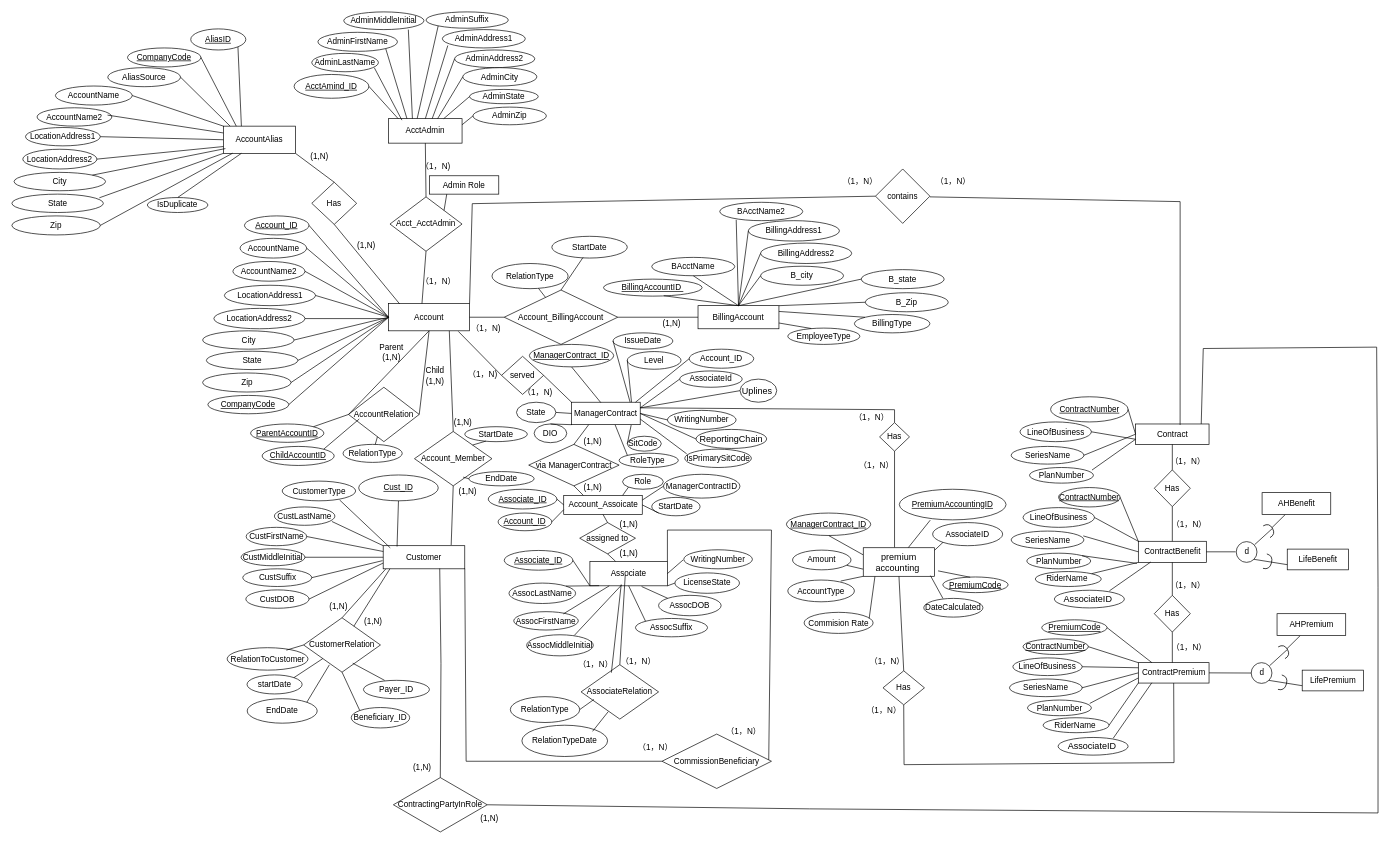
Before: page "Page-1" (1 of 2) of dsm-project-p1.drawio in HanquanL/c_practices, a draw.io diagram. Source tidied: cells renumbered, new cells numbered last; positions are measured from the earlier drawing's top-left corner, leaving out a move shared by most shapes. Both pictures are drawn from the tidied source at 68%, with x=0, y=0 at pixel (12, 12).
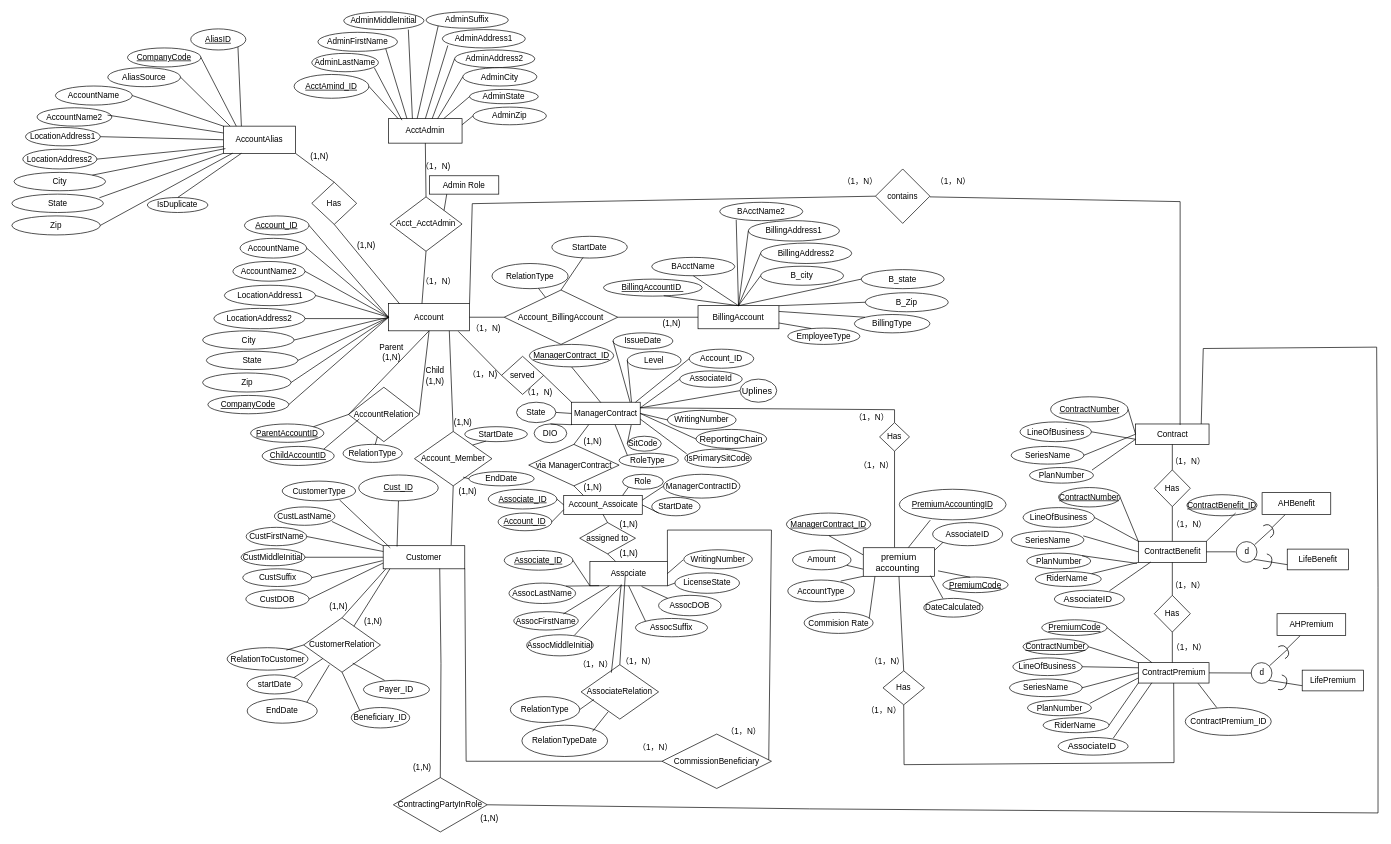
Above is the later version.

Commit message:
contract IDs

Unchanged cells that the change refers to:
```xml
<mxCell id="175" value="ContractBenefit" style="rounded=0;whiteSpace=wrap;html=1;" parent="1" vertex="1">
  <mxGeometry x="1656.5" y="778.5" width="100" height="31" as="geometry" />
</mxCell>
<mxCell id="201" value="ContractPremium" style="rounded=0;whiteSpace=wrap;html=1;" parent="1" vertex="1">
  <mxGeometry x="1656.5" y="957" width="104" height="30" as="geometry" />
</mxCell>
```

What changed in the source:
```diff
@@
+    <mxCell id="343" value="&lt;u&gt;ContractBenefit_ID&lt;/u&gt;" style="ellipse;whiteSpace=wrap;html=1;" parent="1" vertex="1">
+      <mxGeometry x="1728" y="710" width="103" height="31" as="geometry" />
+    </mxCell>
+    <mxCell id="344" style="endArrow=none;html=1;rounded=0;entryX=0.695;entryY=0.871;entryDx=0;entryDy=0;entryPerimeter=0;exitX=1;exitY=0;exitDx=0;exitDy=0;" parent="1" edge="1" source="175" target="343">
+      <mxGeometry relative="1" as="geometry" />
+    </mxCell>
+    <mxCell id="345" value="ContractPremium_ID" style="ellipse;whiteSpace=wrap;html=1;" parent="1" vertex="1">
+      <mxGeometry x="1725.5" y="1023" width="126.5" height="41" as="geometry" />
+    </mxCell>
+    <mxCell id="346" style="endArrow=none;html=1;rounded=0;entryX=0.366;entryY=0;entryDx=0;entryDy=0;entryPerimeter=0;exitX=0.845;exitY=1.013;exitDx=0;exitDy=0;exitPerimeter=0;" parent="1" edge="1" source="201" target="345">
+      <mxGeometry relative="1" as="geometry" />
+    </mxCell>
```
